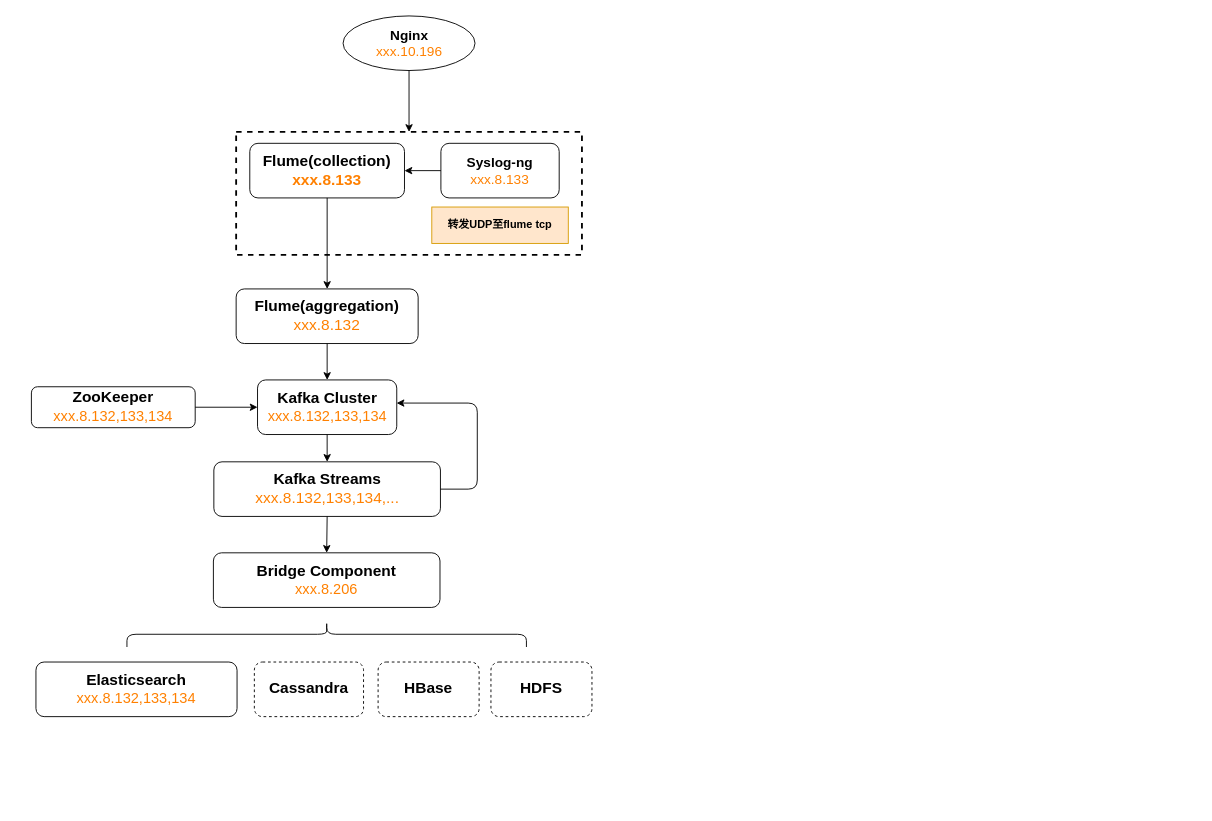
Above: map/Rt-System-Architecture-UA.drawio in imperio-wxm/draw (draw.io), before the change. Source tidied: cells renumbered, new cells numbered last; positions are measured from the earlier drawing's top-left corner, leaving out a move shared by most shapes. Both pictures are drawn from the tidied source at 91%, with x=0, y=0 at pixel (31, 15).
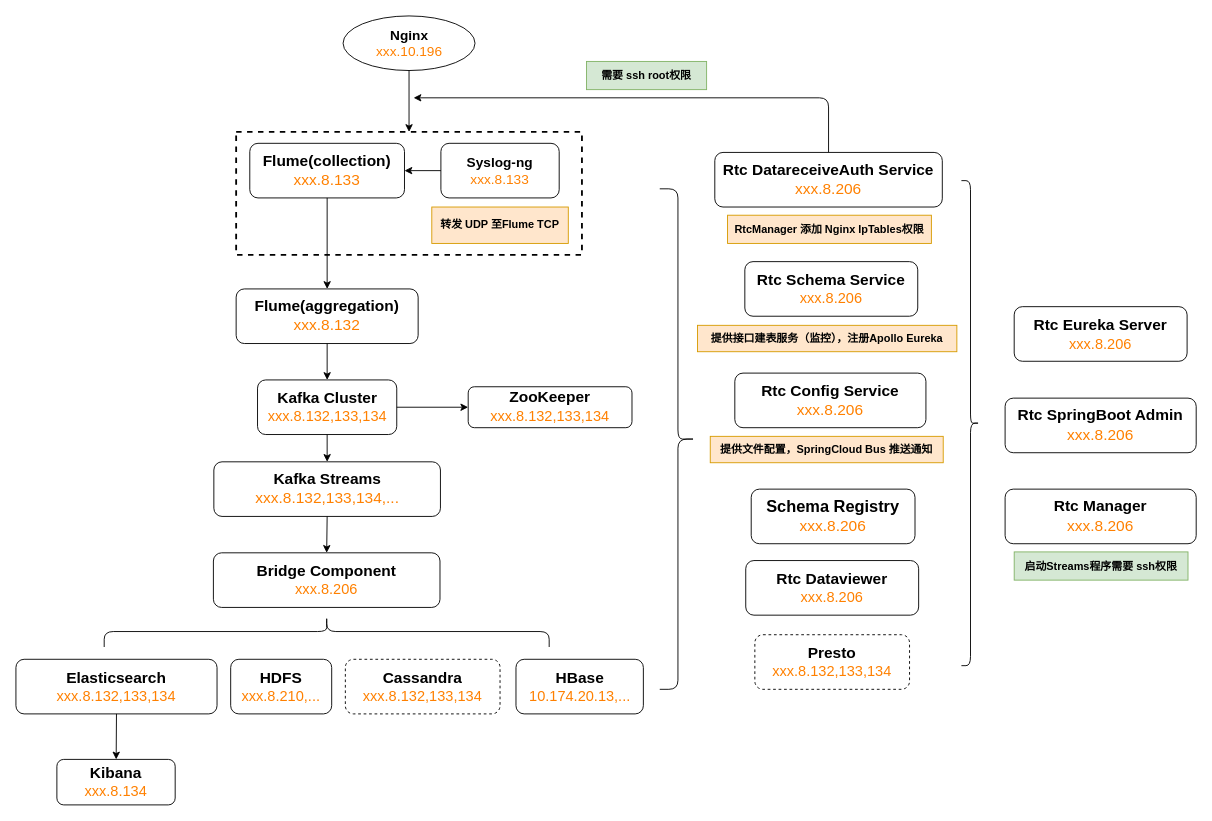
Above is the later version.

The change refers to these unchanged cells:
```xml
<mxCell id="7" style="group;" parent="1" vertex="1">
  <mxGeometry x="440" y="140" width="150" height="110" as="geometry" />
</mxCell>
<mxCell id="12" value="&lt;font&gt;&lt;span style=&quot;font-weight: bold ; font-size: 17px&quot;&gt;Kafka Cluster&lt;/span&gt;&lt;br&gt;&lt;font color=&quot;#ff8000&quot; style=&quot;font-size: 16px&quot;&gt;xxx.8.132,133,134&lt;/font&gt;&lt;br&gt;&lt;/font&gt;" style="rounded=1;whiteSpace=wrap;html=1;strokeWidth=1;fillColor=none;" parent="1" vertex="1">
  <mxGeometry x="248.5" y="400" width="153" height="60" as="geometry" />
</mxCell>
<mxCell id="22" value="&lt;font style=&quot;font-size: 17px&quot;&gt;&lt;b&gt;Kafka Streams&lt;/b&gt;&lt;br&gt;&lt;font color=&quot;#ff8000&quot; style=&quot;font-size: 17px&quot;&gt;xxx.8.132,133,134,...&lt;/font&gt;&lt;br&gt;&lt;/font&gt;" style="rounded=1;whiteSpace=wrap;html=1;strokeWidth=1;fillColor=none;" parent="1" vertex="1">
  <mxGeometry x="200.5" y="490" width="249" height="60" as="geometry" />
</mxCell>
```

Change to the diagram source:
```diff
@@
+    <mxCell id="6" style="rounded=0;whiteSpace=wrap;html=1;fillColor=none;dashed=1;strokeWidth=2;" parent="1" vertex="1">
+      <mxGeometry x="225" y="127.5" width="380" height="135" as="geometry" />
+    </mxCell>
-    <mxCell id="2" value="&lt;font style=&quot;font-size: 17px&quot;&gt;&lt;b&gt;Flume(&lt;span&gt;collection&lt;/span&gt;)&lt;br&gt;&lt;font color=&quot;#ff8000&quot; style=&quot;font-size: 17px&quot;&gt;xxx.8.133&lt;/font&gt;&lt;/b&gt;&lt;/font&gt;&lt;br&gt;" style="rounded=1;whiteSpace=wrap;html=1;" parent="1" vertex="1">
+    <mxCell id="2" value="&lt;font style=&quot;font-size: 17px&quot;&gt;&lt;b&gt;Flume(&lt;/b&gt;&lt;span style=&quot;font-weight: bold&quot;&gt;collection&lt;/span&gt;&lt;b&gt;)&lt;/b&gt;&lt;br&gt;&lt;font color=&quot;#ff8000&quot; style=&quot;font-size: 17px&quot;&gt;xxx.8.133&lt;/font&gt;&lt;/font&gt;&lt;br&gt;" style="rounded=1;whiteSpace=wrap;html=1;" parent="1" vertex="1">
       <mxGeometry x="240" y="140" width="170" height="60" as="geometry" />
     </mxCell>
@@
-    <mxCell id="6" style="rounded=0;whiteSpace=wrap;html=1;fillColor=none;dashed=1;strokeWidth=2;" parent="1" vertex="1">
-      <mxGeometry x="225" y="127.5" width="380" height="135" as="geometry" />
-    </mxCell>
@@
-    <mxCell id="9" value="&lt;b&gt;转发UDP至flume tcp&lt;/b&gt;" style="text;html=1;strokeColor=#d79b00;fillColor=#ffe6cc;align=center;verticalAlign=middle;whiteSpace=wrap;rounded=0;" parent="7" vertex="1">
+    <mxCell id="9" value="&lt;b&gt;转发 UDP 至Flume TCP&lt;/b&gt;" style="text;html=1;strokeColor=#d79b00;fillColor=#ffe6cc;align=center;verticalAlign=middle;whiteSpace=wrap;rounded=0;" parent="7" vertex="1">
       <mxGeometry y="70" width="150" height="40" as="geometry" />
     </mxCell>
@@
     <mxCell id="14" value="&lt;span&gt;&lt;b&gt;&lt;font&gt;&lt;font style=&quot;font-size: 17px&quot;&gt;Elasticsearch&lt;/font&gt;&lt;br&gt;&lt;/font&gt;&lt;/b&gt;&lt;/span&gt;&lt;font style=&quot;font-size: 16px&quot; color=&quot;#ff8000&quot;&gt;xxx.8.132,133,134&lt;/font&gt;&lt;br&gt;" style="rounded=1;whiteSpace=wrap;html=1;strokeWidth=1;fillColor=none;" parent="1" vertex="1">
-      <mxGeometry x="5" y="710" width="221" height="60" as="geometry" />
+      <mxGeometry x="-17" y="707" width="221" height="60" as="geometry" />
     </mxCell>
-    <mxCell id="15" value="&lt;span&gt;&lt;b&gt;&lt;font style=&quot;font-size: 17px&quot;&gt;Cassandra&lt;/font&gt;&lt;/b&gt;&lt;/span&gt;&lt;br&gt;" style="rounded=1;whiteSpace=wrap;html=1;strokeWidth=1;fillColor=none;dashed=1;" parent="1" vertex="1">
-      <mxGeometry x="245" y="710" width="120" height="60" as="geometry" />
+    <mxCell id="15" value="&lt;span&gt;&lt;b&gt;&lt;font style=&quot;font-size: 17px&quot;&gt;Cassandra&lt;br&gt;&lt;/font&gt;&lt;/b&gt;&lt;/span&gt;&lt;span&gt;&lt;font style=&quot;font-size: 16px&quot; color=&quot;#ff8000&quot;&gt;xxx.8.132,133,134&lt;/font&gt;&lt;/span&gt;&lt;br&gt;" style="rounded=1;whiteSpace=wrap;html=1;strokeWidth=1;fillColor=none;dashed=1;" parent="1" vertex="1">
+      <mxGeometry x="345" y="707" width="170" height="60" as="geometry" />
     </mxCell>
     <mxCell id="16" style="shape=curlyBracket;whiteSpace=wrap;html=1;rounded=1;strokeWidth=1;fillColor=none;rotation=90;" parent="1" vertex="1">
-      <mxGeometry x="310.5" y="460" width="28" height="439" as="geometry" />
+      <mxGeometry x="307.5" y="432" width="34" height="489" as="geometry" />
     </mxCell>
     <mxCell id="17" value="&lt;font&gt;&lt;b style=&quot;font-size: 17px&quot;&gt;ZooKeeper&lt;br&gt;&lt;/b&gt;&lt;font color=&quot;#ff8000&quot; style=&quot;font-size: 16px&quot;&gt;xxx.8.132,133,134&lt;/font&gt;&lt;b style=&quot;font-size: 17px&quot;&gt;&lt;br&gt;&lt;/b&gt;&lt;/font&gt;" style="rounded=1;whiteSpace=wrap;html=1;strokeWidth=1;fillColor=none;" parent="1" vertex="1">
-      <mxGeometry y="407.5" width="180" height="45" as="geometry" />
+      <mxGeometry x="480" y="407.5" width="180" height="45" as="geometry" />
     </mxCell>
-    <mxCell id="18" style="endArrow=classic;html=1;exitX=1;exitY=0.5;exitDx=0;exitDy=0;entryX=0;entryY=0.5;entryDx=0;entryDy=0;" parent="1" edge="1" source="17" target="12">
-      <mxGeometry relative="1" as="geometry" />
-    </mxCell>
@@
-    <mxCell id="21" value="&lt;span&gt;&lt;b&gt;&lt;font style=&quot;font-size: 17px&quot;&gt;HBase&lt;/font&gt;&lt;/b&gt;&lt;/span&gt;&lt;br&gt;" style="rounded=1;whiteSpace=wrap;html=1;strokeWidth=1;fillColor=none;dashed=1;" parent="1" vertex="1">
-      <mxGeometry x="381" y="710" width="111" height="60" as="geometry" />
+    <mxCell id="21" value="&lt;span&gt;&lt;b&gt;&lt;font style=&quot;font-size: 17px&quot;&gt;HBase&lt;br&gt;&lt;/font&gt;&lt;/b&gt;&lt;/span&gt;&lt;span&gt;&lt;font style=&quot;font-size: 16px&quot; color=&quot;#ff8000&quot;&gt;10.174.20.13,...&lt;/font&gt;&lt;/span&gt;&lt;br&gt;" style="rounded=1;whiteSpace=wrap;html=1;strokeWidth=1;fillColor=none;" parent="1" vertex="1">
+      <mxGeometry x="532.5" y="707" width="140" height="60" as="geometry" />
     </mxCell>
@@
-    <mxCell id="24" value="&lt;span&gt;&lt;b&gt;&lt;font style=&quot;font-size: 17px&quot;&gt;HDFS&lt;/font&gt;&lt;/b&gt;&lt;/span&gt;&lt;br&gt;" style="rounded=1;whiteSpace=wrap;html=1;strokeWidth=1;fillColor=none;dashed=1;" parent="1" vertex="1">
-      <mxGeometry x="505" y="710" width="111" height="60" as="geometry" />
+    <mxCell id="24" value="&lt;span&gt;&lt;b&gt;&lt;font style=&quot;font-size: 17px&quot;&gt;HDFS&lt;br&gt;&lt;/font&gt;&lt;/b&gt;&lt;/span&gt;&lt;font style=&quot;font-size: 16px&quot; color=&quot;#ff8000&quot;&gt;xxx.8.210,...&lt;/font&gt;&lt;br&gt;" style="rounded=1;whiteSpace=wrap;html=1;strokeWidth=1;fillColor=none;" parent="1" vertex="1">
+      <mxGeometry x="219" y="707" width="111" height="60" as="geometry" />
     </mxCell>
-    <mxCell id="25" style="edgeStyle=elbowEdgeStyle;elbow=horizontal;endArrow=classic;html=1;exitX=1;exitY=0.5;exitDx=0;exitDy=0;entryX=0.999;entryY=0.424;entryDx=0;entryDy=0;entryPerimeter=0;" parent="1" edge="1" source="22" target="12">
-      <mxGeometry relative="1" as="geometry">
-        <Array as="points">
-          <mxPoint x="490" y="460" />
-        </Array>
-      </mxGeometry>
-    </mxCell>
+    <mxCell id="26" value="&lt;font&gt;&lt;span style=&quot;font-size: 17px&quot;&gt;&lt;b&gt;Kibana&lt;/b&gt;&lt;/span&gt;&lt;br&gt;&lt;font style=&quot;font-size: 16px&quot; color=&quot;#ff8000&quot;&gt;xxx.8.134&lt;/font&gt;&lt;/font&gt;&lt;br&gt;" style="rounded=1;whiteSpace=wrap;html=1;" parent="1" vertex="1">
+      <mxGeometry x="28" y="817" width="130" height="50" as="geometry" />
+    </mxCell>
+    <mxCell id="27" style="endArrow=classic;html=1;exitX=0.5;exitY=1;exitDx=0;exitDy=0;" parent="1" edge="1" source="14" target="26">
+      <mxGeometry relative="1" as="geometry" />
+    </mxCell>
+    <mxCell id="28" value="&lt;font&gt;&lt;b&gt;&lt;span style=&quot;font-size: 18px&quot;&gt;Schema Registry&lt;/span&gt;&lt;br&gt;&lt;/b&gt;&lt;font style=&quot;font-size: 17px&quot; color=&quot;#ff8000&quot;&gt;xxx.8.206&lt;/font&gt;&lt;br&gt;&lt;/font&gt;" style="rounded=1;whiteSpace=wrap;html=1;" parent="1" vertex="1">
+      <mxGeometry x="791" y="520" width="180" height="60" as="geometry" />
+    </mxCell>
+    <mxCell id="29" value="&lt;font style=&quot;font-size: 17px&quot;&gt;&lt;span&gt;&lt;b&gt;Rtc SpringBoot Admin&lt;/b&gt;&lt;/span&gt;&lt;br&gt;&lt;font color=&quot;#ff8000&quot; style=&quot;font-size: 17px&quot;&gt;xxx.8.206&lt;/font&gt;&lt;br&gt;&lt;/font&gt;" style="rounded=1;whiteSpace=wrap;html=1;" parent="1" vertex="1">
+      <mxGeometry x="1070" y="420" width="210" height="60" as="geometry" />
+    </mxCell>
+    <mxCell id="30" style="shape=curlyBracket;whiteSpace=wrap;html=1;rounded=1;rotation=180;strokeWidth=1;" parent="1" vertex="1">
+      <mxGeometry x="690.5" y="190" width="40" height="550" as="geometry" />
+    </mxCell>
+    <mxCell id="31" value="&lt;font&gt;&lt;font&gt;&lt;span style=&quot;font-size: 17px&quot;&gt;&lt;b&gt;Rtc Eureka Server&lt;br&gt;&lt;/b&gt;&lt;/span&gt;&lt;font color=&quot;#ff8000&quot; style=&quot;font-size: 16px&quot;&gt;xxx.8.206&lt;/font&gt;&lt;/font&gt;&lt;br&gt;&lt;/font&gt;" style="rounded=1;whiteSpace=wrap;html=1;" parent="1" vertex="1">
+      <mxGeometry x="1080" y="319.5" width="190" height="60" as="geometry" />
+    </mxCell>
+    <mxCell id="32" value="&lt;font&gt;&lt;font&gt;&lt;font&gt;&lt;font&gt;&lt;span style=&quot;font-size: 17px&quot;&gt;&lt;b&gt;Rtc Dataviewer&lt;br&gt;&lt;/b&gt;&lt;/span&gt;&lt;font color=&quot;#ff8000&quot; style=&quot;font-size: 16px&quot;&gt;xxx.8.206&lt;/font&gt;&lt;/font&gt;&lt;/font&gt;&lt;/font&gt;&lt;br&gt;&lt;/font&gt;" style="rounded=1;whiteSpace=wrap;html=1;" parent="1" vertex="1">
+      <mxGeometry x="785" y="598.5" width="190" height="60" as="geometry" />
+    </mxCell>
+    <mxCell id="33" style="edgeStyle=elbowEdgeStyle;elbow=vertical;endArrow=classic;html=1;exitX=0.5;exitY=0;exitDx=0;exitDy=0;" parent="1" edge="1" source="38">
+      <mxGeometry relative="1" as="geometry">
+        <mxPoint x="420" y="90" as="targetPoint" />
+        <Array as="points">
+          <mxPoint x="875" y="90" />
+        </Array>
+      </mxGeometry>
+    </mxCell>
+    <mxCell id="34" style="shape=curlyBracket;whiteSpace=wrap;html=1;rounded=1;strokeWidth=1;rotation=180;" parent="1" vertex="1">
+      <mxGeometry x="1022" y="181" width="20" height="533" as="geometry" />
+    </mxCell>
+    <mxCell id="35" value="&lt;font style=&quot;font-size: 17px&quot;&gt;&lt;span&gt;&lt;b&gt;Rtc Manager&lt;/b&gt;&lt;/span&gt;&lt;br&gt;&lt;font color=&quot;#ff8000&quot; style=&quot;font-size: 17px&quot;&gt;xxx.8.206&lt;/font&gt;&lt;br&gt;&lt;/font&gt;" style="rounded=1;whiteSpace=wrap;html=1;" parent="1" vertex="1">
+      <mxGeometry x="1070" y="520" width="210" height="60" as="geometry" />
+    </mxCell>
+    <mxCell id="36" value="&lt;span&gt;&lt;b&gt;&lt;font style=&quot;font-size: 17px&quot;&gt;Presto&lt;br&gt;&lt;/font&gt;&lt;/b&gt;&lt;/span&gt;&lt;span&gt;&lt;font style=&quot;font-size: 16px&quot; color=&quot;#ff8000&quot;&gt;xxx.8.132,133,134&lt;/font&gt;&lt;/span&gt;&lt;br&gt;" style="rounded=1;whiteSpace=wrap;html=1;strokeWidth=1;fillColor=none;dashed=1;" parent="1" vertex="1">
+      <mxGeometry x="795" y="680" width="170" height="60" as="geometry" />
+    </mxCell>
+    <mxCell id="37" style="group;" parent="1" vertex="1">
+      <mxGeometry x="750" y="150" width="250" height="100" as="geometry" />
+    </mxCell>
+    <mxCell id="38" value="&lt;font style=&quot;font-size: 17px&quot;&gt;&lt;b&gt;&lt;span&gt;Rtc DatareceiveAuth Service&lt;/span&gt;&lt;br&gt;&lt;/b&gt;&lt;font color=&quot;#ff8000&quot; style=&quot;font-size: 17px&quot;&gt;xxx.8.206&lt;/font&gt;&lt;br&gt;&lt;/font&gt;" style="rounded=1;whiteSpace=wrap;html=1;" parent="37" vertex="1">
+      <mxGeometry x="1" width="250" height="60" as="geometry" />
+    </mxCell>
+    <mxCell id="39" value="&lt;b&gt;RtcManager 添加 Nginx IpTables权限&lt;/b&gt;" style="text;html=1;strokeColor=#d79b00;fillColor=#ffe6cc;align=center;verticalAlign=middle;whiteSpace=wrap;rounded=0;" parent="37" vertex="1">
+      <mxGeometry x="15" y="69" width="224" height="31" as="geometry" />
+    </mxCell>
+    <mxCell id="40" style="group;" parent="1" vertex="1">
+      <mxGeometry x="730.5" y="270" width="285" height="99" as="geometry" />
+    </mxCell>
+    <mxCell id="41" value="&lt;font&gt;&lt;font&gt;&lt;font&gt;&lt;span style=&quot;font-size: 17px&quot;&gt;&lt;b&gt;Rtc Schema Service&lt;br&gt;&lt;/b&gt;&lt;/span&gt;&lt;font color=&quot;#ff8000&quot; style=&quot;font-size: 16px&quot;&gt;xxx.8.206&lt;/font&gt;&lt;/font&gt;&lt;/font&gt;&lt;br&gt;&lt;/font&gt;" style="rounded=1;whiteSpace=wrap;html=1;" parent="40" vertex="1">
+      <mxGeometry x="53.5" width="190" height="60" as="geometry" />
+    </mxCell>
+    <mxCell id="42" value="&lt;b&gt;提供接口建表服务（监控），注册Apollo Eureka&lt;/b&gt;" style="text;html=1;strokeColor=#d79b00;fillColor=#ffe6cc;align=center;verticalAlign=middle;whiteSpace=wrap;rounded=0;" parent="40" vertex="1">
+      <mxGeometry x="1.5" y="70" width="285" height="29" as="geometry" />
+    </mxCell>
+    <mxCell id="43" style="group;" parent="1" vertex="1">
+      <mxGeometry x="747" y="392.5" width="256" height="98.5" as="geometry" />
+    </mxCell>
+    <mxCell id="44" value="&lt;font style=&quot;font-size: 17px&quot;&gt;&lt;b&gt;&lt;span&gt;Rtc Config Service&lt;/span&gt;&lt;br&gt;&lt;/b&gt;&lt;font color=&quot;#ff8000&quot; style=&quot;font-size: 17px&quot;&gt;xxx.8.206&lt;/font&gt;&lt;br&gt;&lt;/font&gt;" style="rounded=1;whiteSpace=wrap;html=1;" parent="43" vertex="1">
+      <mxGeometry x="26" width="210" height="60" as="geometry" />
+    </mxCell>
+    <mxCell id="45" value="&lt;b&gt;提供文件配置，SpringCloud Bus 推送通知&lt;/b&gt;" style="text;html=1;strokeColor=#d79b00;fillColor=#ffe6cc;align=center;verticalAlign=middle;whiteSpace=wrap;rounded=0;" parent="43" vertex="1">
+      <mxGeometry x="-1" y="69.5" width="256" height="29" as="geometry" />
+    </mxCell>
+    <mxCell id="46" style="endArrow=classic;html=1;exitX=1;exitY=0.5;exitDx=0;exitDy=0;entryX=0;entryY=0.5;entryDx=0;entryDy=0;" parent="1" edge="1" source="12" target="17">
+      <mxGeometry relative="1" as="geometry" />
+    </mxCell>
+    <mxCell id="47" value="&lt;b&gt;需要 ssh root权限&lt;/b&gt;" style="text;html=1;strokeColor=#82b366;fillColor=#d5e8d4;align=center;verticalAlign=middle;whiteSpace=wrap;rounded=0;" parent="1" vertex="1">
+      <mxGeometry x="610" y="50" width="132" height="31" as="geometry" />
+    </mxCell>
+    <mxCell id="48" value="&lt;b&gt;启动Streams程序需要 ssh权限&lt;/b&gt;" style="text;html=1;strokeColor=#82b366;fillColor=#d5e8d4;align=center;verticalAlign=middle;whiteSpace=wrap;rounded=0;" parent="1" vertex="1">
+      <mxGeometry x="1080" y="589" width="191" height="31" as="geometry" />
+    </mxCell>
```
